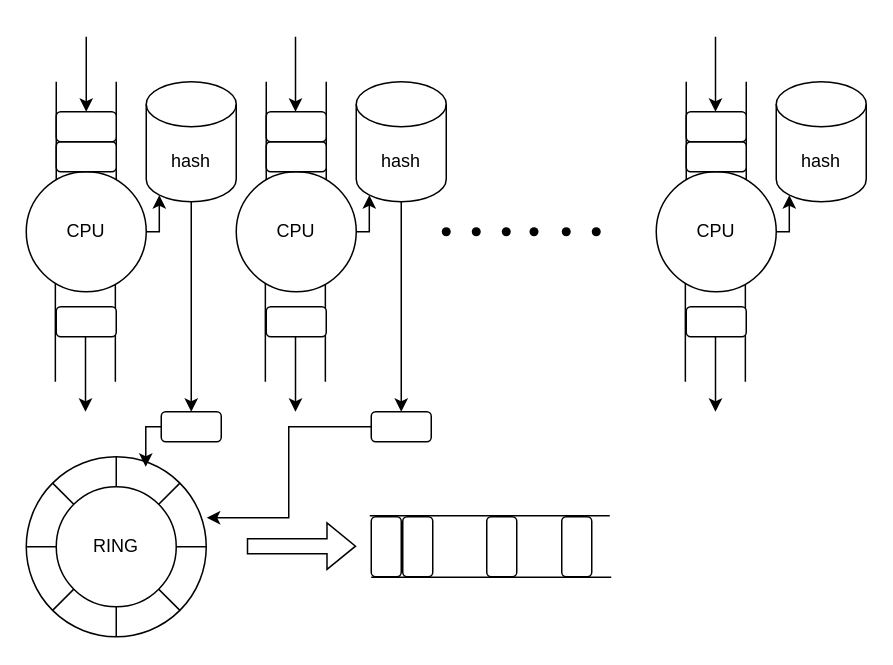
Before: DPU_flowID.drawio in CHRIS123540/GPU, a draw.io diagram. Source tidied: cells renumbered, new cells numbered last; positions are measured from the earlier drawing's top-left corner, leaving out a move shared by most shapes. Both pictures are drawn from the tidied source at 150%, with x=0, y=0 at pixel (26, 36).
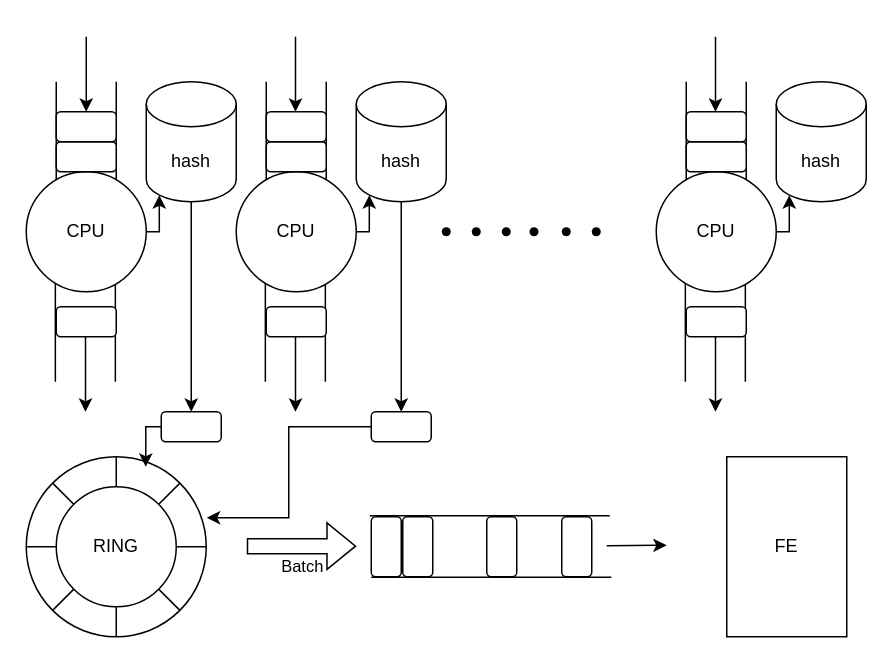
After the change.

The edit, as a diff of the source:
```diff
@@
+    <mxCell id="64" value="Batch" style="shape=flexArrow;endArrow=classic;html=1;rounded=0;verticalAlign=top;" parent="1" edge="1">
+      <mxGeometry relative="1" as="geometry">
+        <mxPoint x="147" y="339.6" as="sourcePoint" />
+        <mxPoint x="220" y="339.6" as="targetPoint" />
+      </mxGeometry>
+    </mxCell>
@@
-    <mxCell id="64" style="shape=flexArrow;endArrow=classic;html=1;rounded=0;" parent="1" edge="1">
-      <mxGeometry relative="1" as="geometry">
-        <mxPoint x="147" y="339.6" as="sourcePoint" />
-        <mxPoint x="220" y="339.6" as="targetPoint" />
-      </mxGeometry>
-    </mxCell>
+    <mxCell id="65" style="endArrow=classic;html=1;rounded=0;" parent="1" edge="1">
+      <mxGeometry relative="1" as="geometry">
+        <mxPoint x="387" y="339.4" as="sourcePoint" />
+        <mxPoint x="427" y="339" as="targetPoint" />
+      </mxGeometry>
+    </mxCell>
+    <mxCell id="66" value="FE" style="rounded=0;whiteSpace=wrap;html=1;" parent="1" vertex="1">
+      <mxGeometry x="467" y="280" width="80" height="120" as="geometry" />
+    </mxCell>
```
